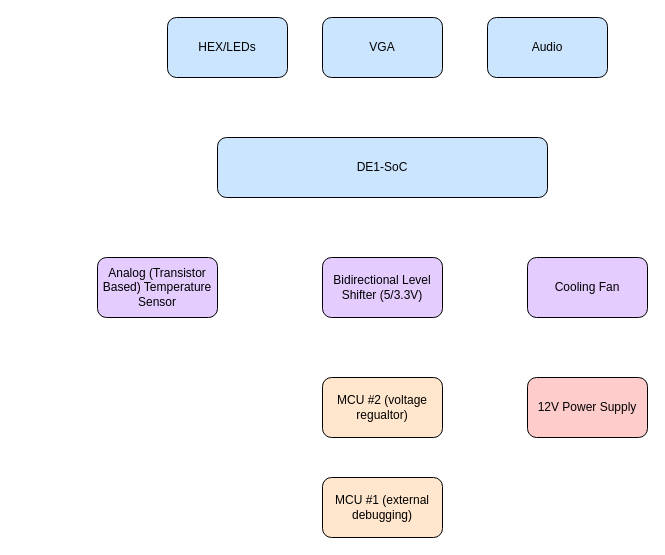
Earlier version of the draw.io diagram ece243_final.drawio (samarqureshii/biosSettings). Source tidied: cells renumbered, new cells numbered last; positions are measured from the earlier drawing's top-left corner, leaving out a move shared by most shapes. Both pictures are drawn from the tidied source at 100%, with x=0, y=0 at pixel (97, 17).
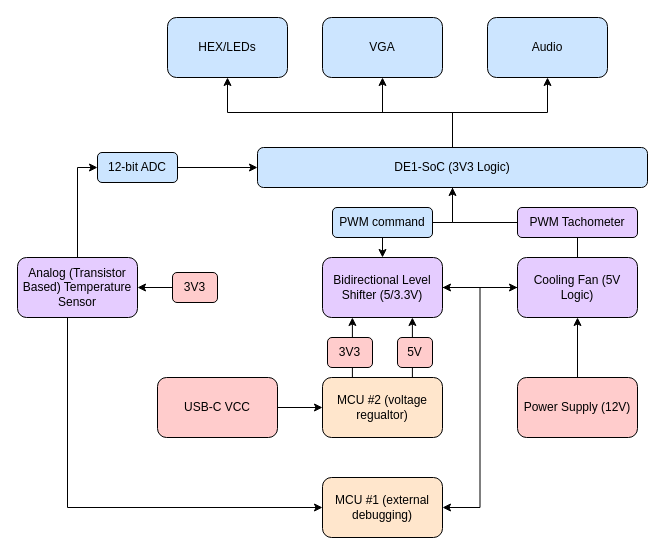
The same page after the edit.

Unchanged cells that the change refers to:
```xml
<mxCell id="3" value="MCU #2 (voltage regualtor)" style="rounded=1;whiteSpace=wrap;html=1;fillColor=#FFE6CC;" parent="1" vertex="1">
  <mxGeometry x="225" y="360" width="120" height="60" as="geometry" />
</mxCell>
<mxCell id="4" value="MCU #1 (external debugging)" style="rounded=1;whiteSpace=wrap;html=1;fillColor=#FFE6CC;" parent="1" vertex="1">
  <mxGeometry x="225" y="460" width="120" height="60" as="geometry" />
</mxCell>
<mxCell id="7" value="Bidirectional Level Shifter (5/3.3V)" style="rounded=1;whiteSpace=wrap;html=1;fillColor=#E5CCFF;" parent="1" vertex="1">
  <mxGeometry x="225" y="240" width="120" height="60" as="geometry" />
</mxCell>
<mxCell id="8" value="VGA" style="rounded=1;whiteSpace=wrap;html=1;fillColor=#CCE5FF;" parent="1" vertex="1">
  <mxGeometry x="225" width="120" height="60" as="geometry" />
</mxCell>
<mxCell id="9" value="HEX/LEDs" style="rounded=1;whiteSpace=wrap;html=1;fillColor=#CCE5FF;" parent="1" vertex="1">
  <mxGeometry x="70" width="120" height="60" as="geometry" />
</mxCell>
<mxCell id="10" value="Audio" style="rounded=1;whiteSpace=wrap;html=1;fillColor=#CCE5FF;" parent="1" vertex="1">
  <mxGeometry x="390" width="120" height="60" as="geometry" />
</mxCell>
```

Diff of the diagram source:
```diff
@@
+    <mxCell id="12" style="edgeStyle=orthogonalEdgeStyle;rounded=0;jettySize=auto;html=1;entryX=0.5;entryY=1;entryDx=0;entryDy=0;" parent="1" edge="1" source="2" target="9">
+      <mxGeometry relative="1" as="geometry" />
+    </mxCell>
+    <mxCell id="13" style="edgeStyle=orthogonalEdgeStyle;rounded=0;jettySize=auto;html=1;entryX=0.5;entryY=1;entryDx=0;entryDy=0;" parent="1" edge="1" source="2" target="8">
+      <mxGeometry relative="1" as="geometry" />
+    </mxCell>
+    <mxCell id="14" style="edgeStyle=orthogonalEdgeStyle;rounded=0;jettySize=auto;html=1;entryX=0.5;entryY=1;entryDx=0;entryDy=0;" parent="1" edge="1" source="2" target="10">
+      <mxGeometry relative="1" as="geometry" />
+    </mxCell>
+    <mxCell id="15" style="edgeStyle=orthogonalEdgeStyle;rounded=0;jettySize=auto;html=1;" parent="1" edge="1" source="2" target="7">
+      <mxGeometry relative="1" as="geometry" />
+    </mxCell>
-    <mxCell id="2" value="DE1-SoC" style="rounded=1;whiteSpace=wrap;html=1;fillColor=#CCE5FF;" parent="1" vertex="1">
-      <mxGeometry x="120" y="120" width="330" height="60" as="geometry" />
+    <mxCell id="2" value="DE1-SoC (3V3 Logic)" style="rounded=1;whiteSpace=wrap;html=1;fillColor=#CCE5FF;" parent="1" vertex="1">
+      <mxGeometry x="160" y="130" width="390" height="40" as="geometry" />
     </mxCell>
@@
+    <mxCell id="16" style="edgeStyle=orthogonalEdgeStyle;rounded=0;jettySize=auto;html=1;entryX=1;entryY=0.5;entryDx=0;entryDy=0;" parent="1" edge="1" source="5" target="7">
+      <mxGeometry relative="1" as="geometry" />
+    </mxCell>
+    <mxCell id="17" style="edgeStyle=orthogonalEdgeStyle;rounded=0;jettySize=auto;html=1;entryX=0.5;entryY=1;entryDx=0;entryDy=0;" parent="1" edge="1" source="5" target="2">
+      <mxGeometry relative="1" as="geometry" />
+    </mxCell>
+    <mxCell id="18" style="edgeStyle=orthogonalEdgeStyle;rounded=0;jettySize=auto;html=1;entryX=1;entryY=0.5;entryDx=0;entryDy=0;" parent="1" edge="1" source="5" target="4">
+      <mxGeometry relative="1" as="geometry" />
+    </mxCell>
-    <mxCell id="5" value="Cooling Fan" style="rounded=1;whiteSpace=wrap;html=1;fillColor=#E5CCFF;" parent="1" vertex="1">
-      <mxGeometry x="430" y="240" width="120" height="60" as="geometry" />
+    <mxCell id="5" value="Cooling Fan (5V Logic)" style="rounded=1;whiteSpace=wrap;html=1;fillColor=#E5CCFF;" parent="1" vertex="1">
+      <mxGeometry x="420" y="240" width="120" height="60" as="geometry" />
     </mxCell>
+    <mxCell id="19" style="edgeStyle=orthogonalEdgeStyle;rounded=0;jettySize=auto;html=1;entryX=0;entryY=0.5;entryDx=0;entryDy=0;" parent="1" edge="1" source="6" target="4">
+      <mxGeometry relative="1" as="geometry">
+        <Array as="points">
+          <mxPoint x="-30" y="490" />
+        </Array>
+      </mxGeometry>
+    </mxCell>
+    <mxCell id="20" style="edgeStyle=orthogonalEdgeStyle;rounded=0;jettySize=auto;html=1;entryX=0;entryY=0.5;entryDx=0;entryDy=0;" parent="1" edge="1" source="6" target="29">
+      <mxGeometry relative="1" as="geometry" />
+    </mxCell>
     <mxCell id="6" value="Analog (Transistor Based) Temperature Sensor" style="rounded=1;whiteSpace=wrap;html=1;fillColor=#E5CCFF;" parent="1" vertex="1">
-      <mxGeometry y="240" width="120" height="60" as="geometry" />
+      <mxGeometry x="-80" y="240" width="120" height="60" as="geometry" />
     </mxCell>
+    <mxCell id="21" style="edgeStyle=orthogonalEdgeStyle;rounded=0;jettySize=auto;html=1;entryX=0;entryY=0.5;entryDx=0;entryDy=0;" parent="1" edge="1" source="7" target="5">
+      <mxGeometry relative="1" as="geometry" />
+    </mxCell>
@@
+    <mxCell id="22" style="edgeStyle=orthogonalEdgeStyle;rounded=0;jettySize=auto;html=1;entryX=0.5;entryY=1;entryDx=0;entryDy=0;" parent="1" edge="1" source="11" target="5">
+      <mxGeometry relative="1" as="geometry" />
+    </mxCell>
-    <mxCell id="11" value="12V Power Supply" style="rounded=1;whiteSpace=wrap;html=1;fillColor=#FFCCCC;" parent="1" vertex="1">
-      <mxGeometry x="430" y="360" width="120" height="60" as="geometry" />
+    <mxCell id="11" value="Power Supply (12V)" style="rounded=1;whiteSpace=wrap;html=1;fillColor=#FFCCCC;" parent="1" vertex="1">
+      <mxGeometry x="420" y="360" width="120" height="60" as="geometry" />
     </mxCell>
+    <mxCell id="23" style="edgeStyle=orthogonalEdgeStyle;rounded=0;jettySize=auto;html=1;entryX=0;entryY=0.5;entryDx=0;entryDy=0;" parent="1" edge="1" source="24" target="3">
+      <mxGeometry relative="1" as="geometry" />
+    </mxCell>
+    <mxCell id="24" value="USB-C VCC" style="rounded=1;whiteSpace=wrap;html=1;fillColor=#FFCCCC;" parent="1" vertex="1">
+      <mxGeometry x="60" y="360" width="120" height="60" as="geometry" />
+    </mxCell>
+    <mxCell id="25" style="edgeStyle=orthogonalEdgeStyle;rounded=0;jettySize=auto;html=1;entryX=0.5;entryY=1;entryDx=0;entryDy=0;" parent="1" edge="1" source="31">
+      <mxGeometry relative="1" as="geometry">
+        <mxPoint x="314.9" y="300" as="targetPoint" />
+        <Array as="points">
+          <mxPoint x="314.9" y="320" />
+        </Array>
+      </mxGeometry>
+    </mxCell>
+    <mxCell id="26" style="edgeStyle=orthogonalEdgeStyle;rounded=0;orthogonalLoop=1;jettySize=auto;html=1;entryX=0.5;entryY=1;entryDx=0;entryDy=0;" parent="1" edge="1">
+      <mxGeometry relative="1" as="geometry">
+        <mxPoint x="254.9" y="360" as="sourcePoint" />
+        <mxPoint x="254.9" y="300" as="targetPoint" />
+      </mxGeometry>
+    </mxCell>
+    <mxCell id="27" value="3V3" style="html=1;align=center;verticalAlign=middle;whiteSpace=wrap;rounded=1;fillColor=#FFCCCC;" parent="1" vertex="1">
+      <mxGeometry x="230" y="320" width="45" height="30" as="geometry" />
+    </mxCell>
+    <mxCell id="28" style="edgeStyle=orthogonalEdgeStyle;rounded=0;jettySize=auto;html=1;entryX=0;entryY=0.5;entryDx=0;entryDy=0;" parent="1" edge="1" source="29" target="2">
+      <mxGeometry relative="1" as="geometry" />
+    </mxCell>
+    <mxCell id="29" value="12-bit ADC" style="html=1;align=center;verticalAlign=middle;whiteSpace=wrap;rounded=1;fillColor=#CCE5FF;" parent="1" vertex="1">
+      <mxGeometry y="135" width="80" height="30" as="geometry" />
+    </mxCell>
+    <mxCell id="30" style="edgeStyle=orthogonalEdgeStyle;rounded=0;jettySize=auto;html=1;entryX=0.5;entryY=1;entryDx=0;entryDy=0;" parent="1" edge="1" target="31">
+      <mxGeometry relative="1" as="geometry">
+        <mxPoint x="314.9" y="360" as="sourcePoint" />
+        <Array as="points">
+          <mxPoint x="314.9" y="320" />
+        </Array>
+      </mxGeometry>
+    </mxCell>
+    <mxCell id="31" value="5V" style="html=1;align=center;verticalAlign=middle;whiteSpace=wrap;rounded=1;fillColor=#FFCCCC;" parent="1" vertex="1">
+      <mxGeometry x="300" y="320" width="35" height="30" as="geometry" />
+    </mxCell>
+    <mxCell id="32" style="edgeStyle=orthogonalEdgeStyle;rounded=0;jettySize=auto;html=1;" parent="1" edge="1" source="33" target="6">
+      <mxGeometry relative="1" as="geometry" />
+    </mxCell>
+    <mxCell id="33" value="3V3" style="html=1;align=center;verticalAlign=middle;whiteSpace=wrap;rounded=1;fillColor=#FFCCCC;" parent="1" vertex="1">
+      <mxGeometry x="75" y="255" width="45" height="30" as="geometry" />
+    </mxCell>
+    <mxCell id="34" value="PWM command" style="html=1;align=center;verticalAlign=middle;whiteSpace=wrap;rounded=1;fillColor=#CCE5FF;" parent="1" vertex="1">
+      <mxGeometry x="235" y="190" width="100" height="30" as="geometry" />
+    </mxCell>
+    <mxCell id="35" value="PWM Tachometer" style="html=1;align=center;verticalAlign=middle;whiteSpace=wrap;rounded=1;fillColor=#E5CCFF;" parent="1" vertex="1">
+      <mxGeometry x="420" y="190" width="120" height="30" as="geometry" />
+    </mxCell>
```
